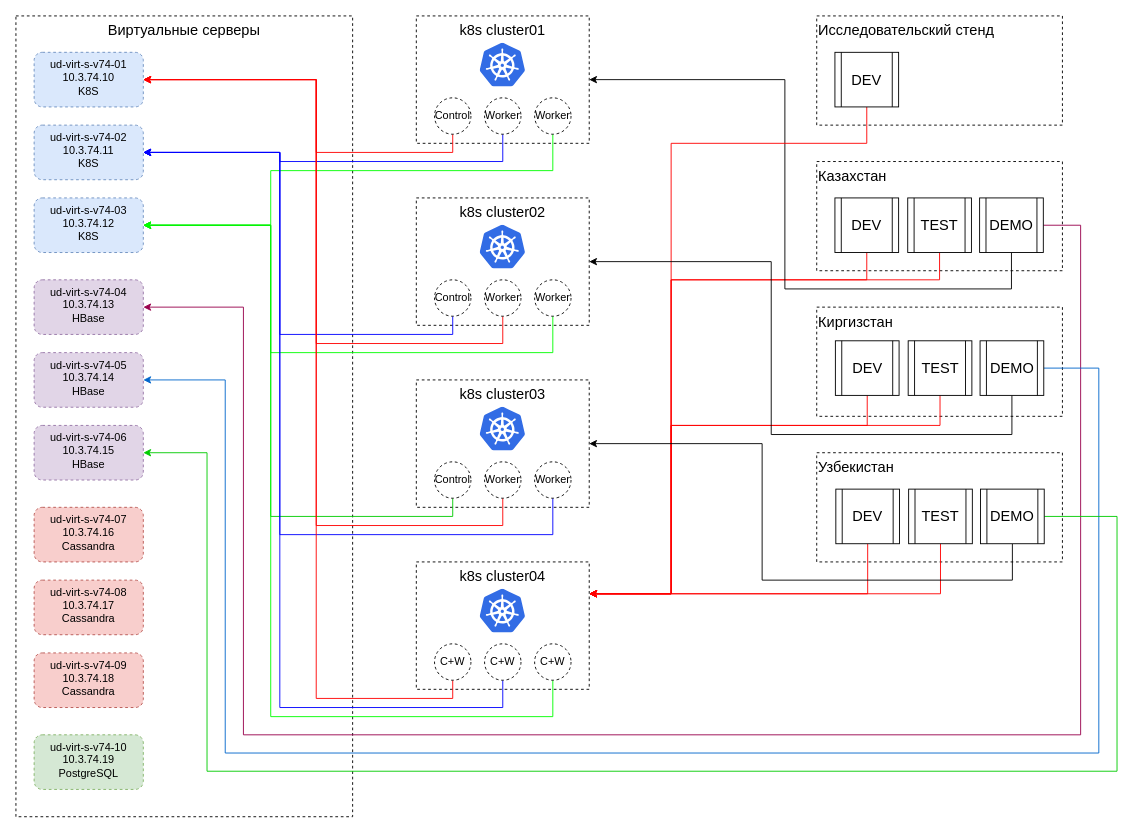
The draw.io diagram ees-test-stand.drawio in victorvk2002/test, before the edit. Source tidied: cells renumbered, new cells numbered last; positions are measured from the earlier drawing's top-left corner, leaving out a move shared by most shapes. Both pictures are drawn from the tidied source at 91%, with x=0, y=0 at pixel (15, 15).
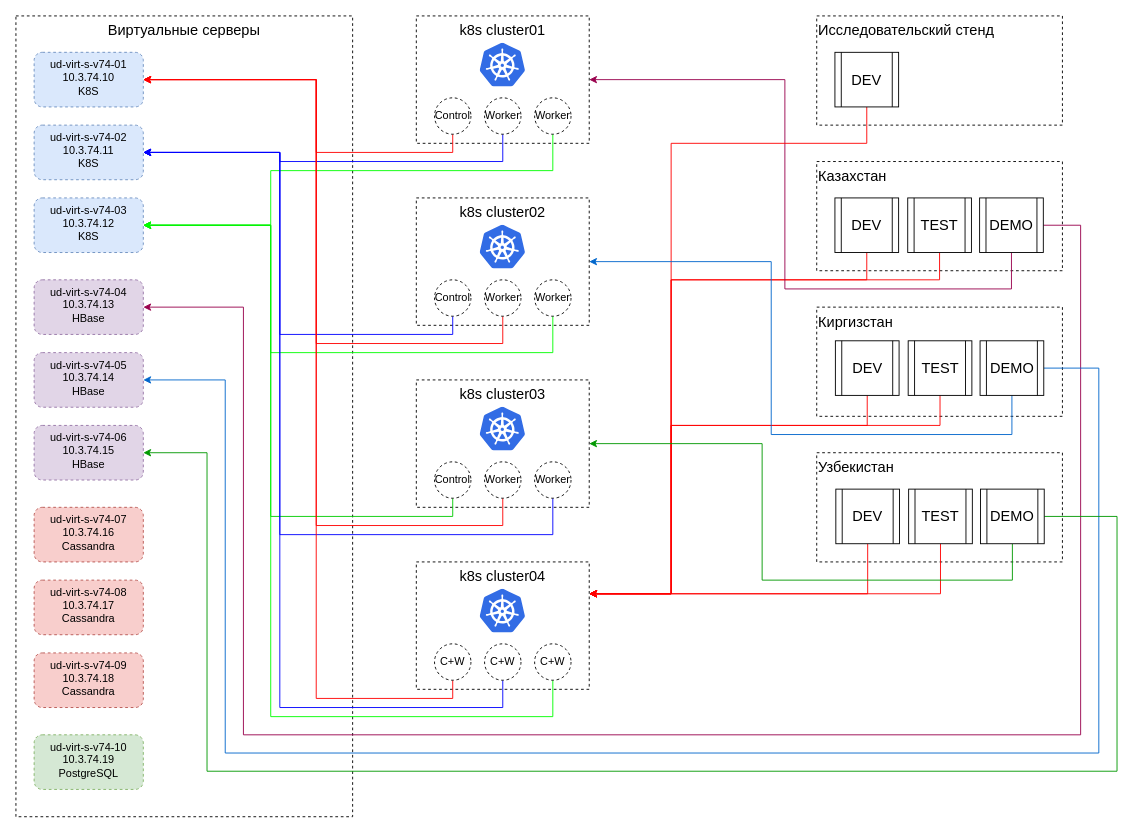
The same page after the edit.

Unchanged cells that the change refers to:
```xml
<mxCell id="11" value="ud-virt-s-v74-06&lt;br&gt;10.3.74.15&lt;br&gt;HBase" style="rounded=1;whiteSpace=wrap;html=1;dashed=1;align=center;verticalAlign=top;fillColor=#e1d5e7;strokeColor=#9673a6;" parent="1" vertex="1">
  <mxGeometry x="20" y="450" width="120" height="60" as="geometry" />
</mxCell>
<mxCell id="23" value="DEMO" style="shape=process;whiteSpace=wrap;html=1;backgroundOutline=1;fontSize=16;align=center;" parent="1" vertex="1">
  <mxGeometry x="1059" y="200" width="70" height="60" as="geometry" />
</mxCell>
<mxCell id="32" value="DEMO" style="shape=process;whiteSpace=wrap;html=1;backgroundOutline=1;fontSize=16;align=center;" parent="1" vertex="1">
  <mxGeometry x="1059.5" y="357" width="70" height="60" as="geometry" />
</mxCell>
<mxCell id="39" value="DEMO" style="shape=process;whiteSpace=wrap;html=1;backgroundOutline=1;fontSize=16;align=center;" parent="1" vertex="1">
  <mxGeometry x="1060" y="520" width="70" height="60" as="geometry" />
</mxCell>
<mxCell id="40" value="k8s cluster01" style="rounded=0;whiteSpace=wrap;html=1;fontSize=16;align=center;dashed=1;verticalAlign=top;" parent="1" vertex="1">
  <mxGeometry x="440" width="190" height="140" as="geometry" />
</mxCell>
<mxCell id="48" value="k8s cluster02" style="rounded=0;whiteSpace=wrap;html=1;fontSize=16;align=center;dashed=1;verticalAlign=top;" parent="1" vertex="1">
  <mxGeometry x="440" y="200" width="190" height="140" as="geometry" />
</mxCell>
<mxCell id="56" value="k8s cluster03" style="rounded=0;whiteSpace=wrap;html=1;fontSize=16;align=center;dashed=1;verticalAlign=top;" parent="1" vertex="1">
  <mxGeometry x="440" y="400" width="190" height="140" as="geometry" />
</mxCell>
```

What changed in the source:
```diff
@@
-    <mxCell id="21" style="edgeStyle=orthogonalEdgeStyle;rounded=0;jettySize=auto;html=1;exitX=0.5;exitY=1;exitDx=0;exitDy=0;fontSize=12;entryX=1;entryY=0.5;entryDx=0;entryDy=0;" parent="1" edge="1" source="23" target="40">
+    <mxCell id="21" style="edgeStyle=orthogonalEdgeStyle;rounded=0;jettySize=auto;html=1;exitX=0.5;exitY=1;exitDx=0;exitDy=0;fontSize=12;entryX=1;entryY=0.5;entryDx=0;entryDy=0;strokeColor=#99004D;" parent="1" edge="1" source="23" target="40">
       <mxGeometry relative="1" as="geometry">
         <Array as="points">
           <mxPoint x="1094" y="300" />
           <mxPoint x="845" y="300" />
           <mxPoint x="845" y="70" />
         </Array>
       </mxGeometry>
     </mxCell>
@@
-    <mxCell id="30" style="edgeStyle=orthogonalEdgeStyle;rounded=0;jettySize=auto;html=1;exitX=0.5;exitY=1;exitDx=0;exitDy=0;entryX=1;entryY=0.5;entryDx=0;entryDy=0;fontSize=12;" parent="1" edge="1" source="32" target="48">
+    <mxCell id="30" style="edgeStyle=orthogonalEdgeStyle;rounded=0;jettySize=auto;html=1;exitX=0.5;exitY=1;exitDx=0;exitDy=0;entryX=1;entryY=0.5;entryDx=0;entryDy=0;fontSize=12;strokeColor=#0066CC;" parent="1" edge="1" source="32" target="48">
       <mxGeometry relative="1" as="geometry">
         <Array as="points">
           <mxPoint x="1095" y="460" />
           <mxPoint x="830" y="460" />
           <mxPoint x="830" y="270" />
         </Array>
       </mxGeometry>
     </mxCell>
@@
-    <mxCell id="37" style="edgeStyle=orthogonalEdgeStyle;rounded=0;jettySize=auto;html=1;exitX=0.5;exitY=1;exitDx=0;exitDy=0;entryX=1;entryY=0.5;entryDx=0;entryDy=0;fontSize=12;" parent="1" edge="1" source="39" target="56">
+    <mxCell id="37" style="edgeStyle=orthogonalEdgeStyle;rounded=0;jettySize=auto;html=1;exitX=0.5;exitY=1;exitDx=0;exitDy=0;entryX=1;entryY=0.5;entryDx=0;entryDy=0;fontSize=12;strokeColor=#009900;" parent="1" edge="1" source="39" target="56">
       <mxGeometry relative="1" as="geometry">
         <Array as="points">
           <mxPoint x="1095" y="620" />
           <mxPoint x="820" y="620" />
           <mxPoint x="820" y="470" />
         </Array>
       </mxGeometry>
     </mxCell>
-    <mxCell id="38" style="edgeStyle=orthogonalEdgeStyle;rounded=0;jettySize=auto;html=1;exitX=1;exitY=0.5;exitDx=0;exitDy=0;entryX=1;entryY=0.5;entryDx=0;entryDy=0;strokeColor=#00CC00;fontSize=12;fontColor=#000000;" parent="1" edge="1" source="39" target="11">
+    <mxCell id="38" style="edgeStyle=orthogonalEdgeStyle;rounded=0;jettySize=auto;html=1;exitX=1;exitY=0.5;exitDx=0;exitDy=0;entryX=1;entryY=0.5;entryDx=0;entryDy=0;strokeColor=#009900;fontSize=12;fontColor=#000000;" parent="1" edge="1" source="39" target="11">
       <mxGeometry relative="1" as="geometry">
         <Array as="points">
           <mxPoint x="1210" y="550" />
           <mxPoint x="1210" y="830" />
           <mxPoint x="210" y="830" />
           <mxPoint x="210" y="480" />
         </Array>
       </mxGeometry>
     </mxCell>
```
